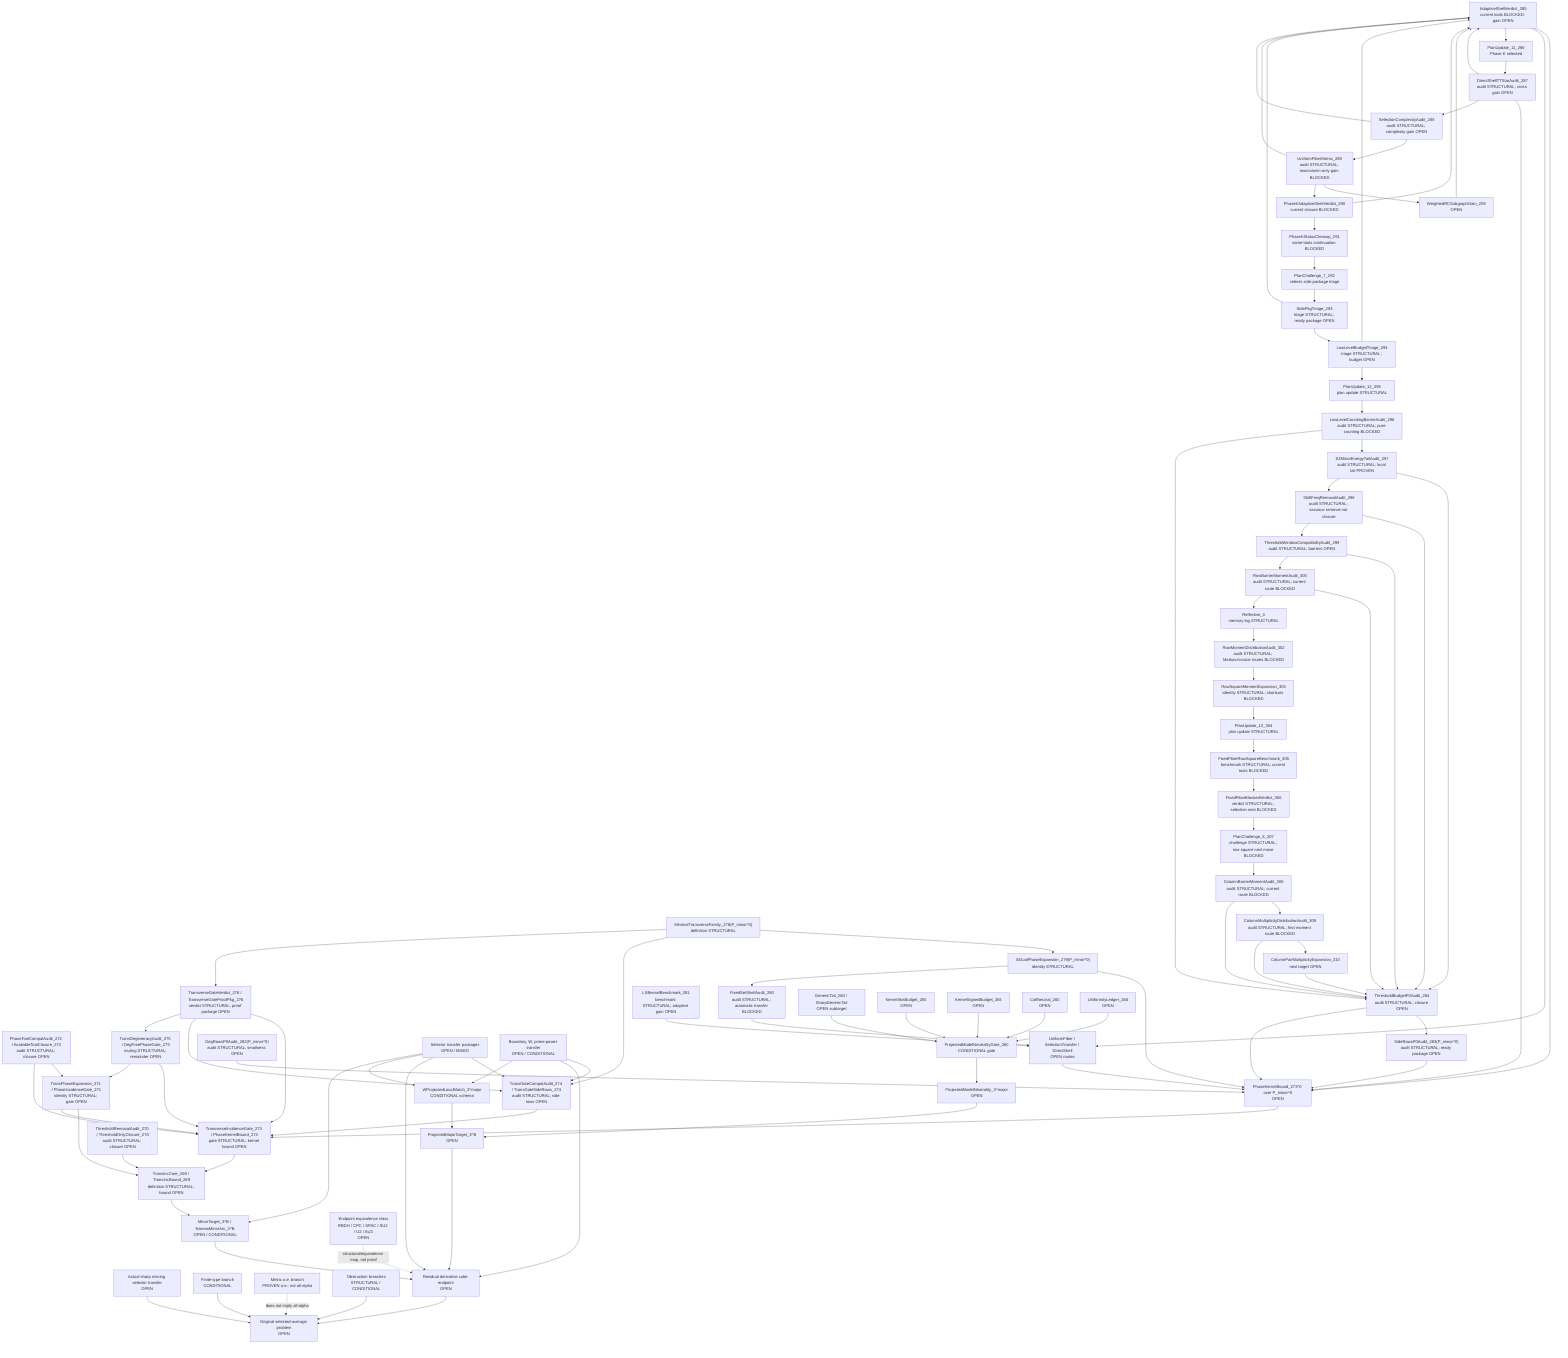
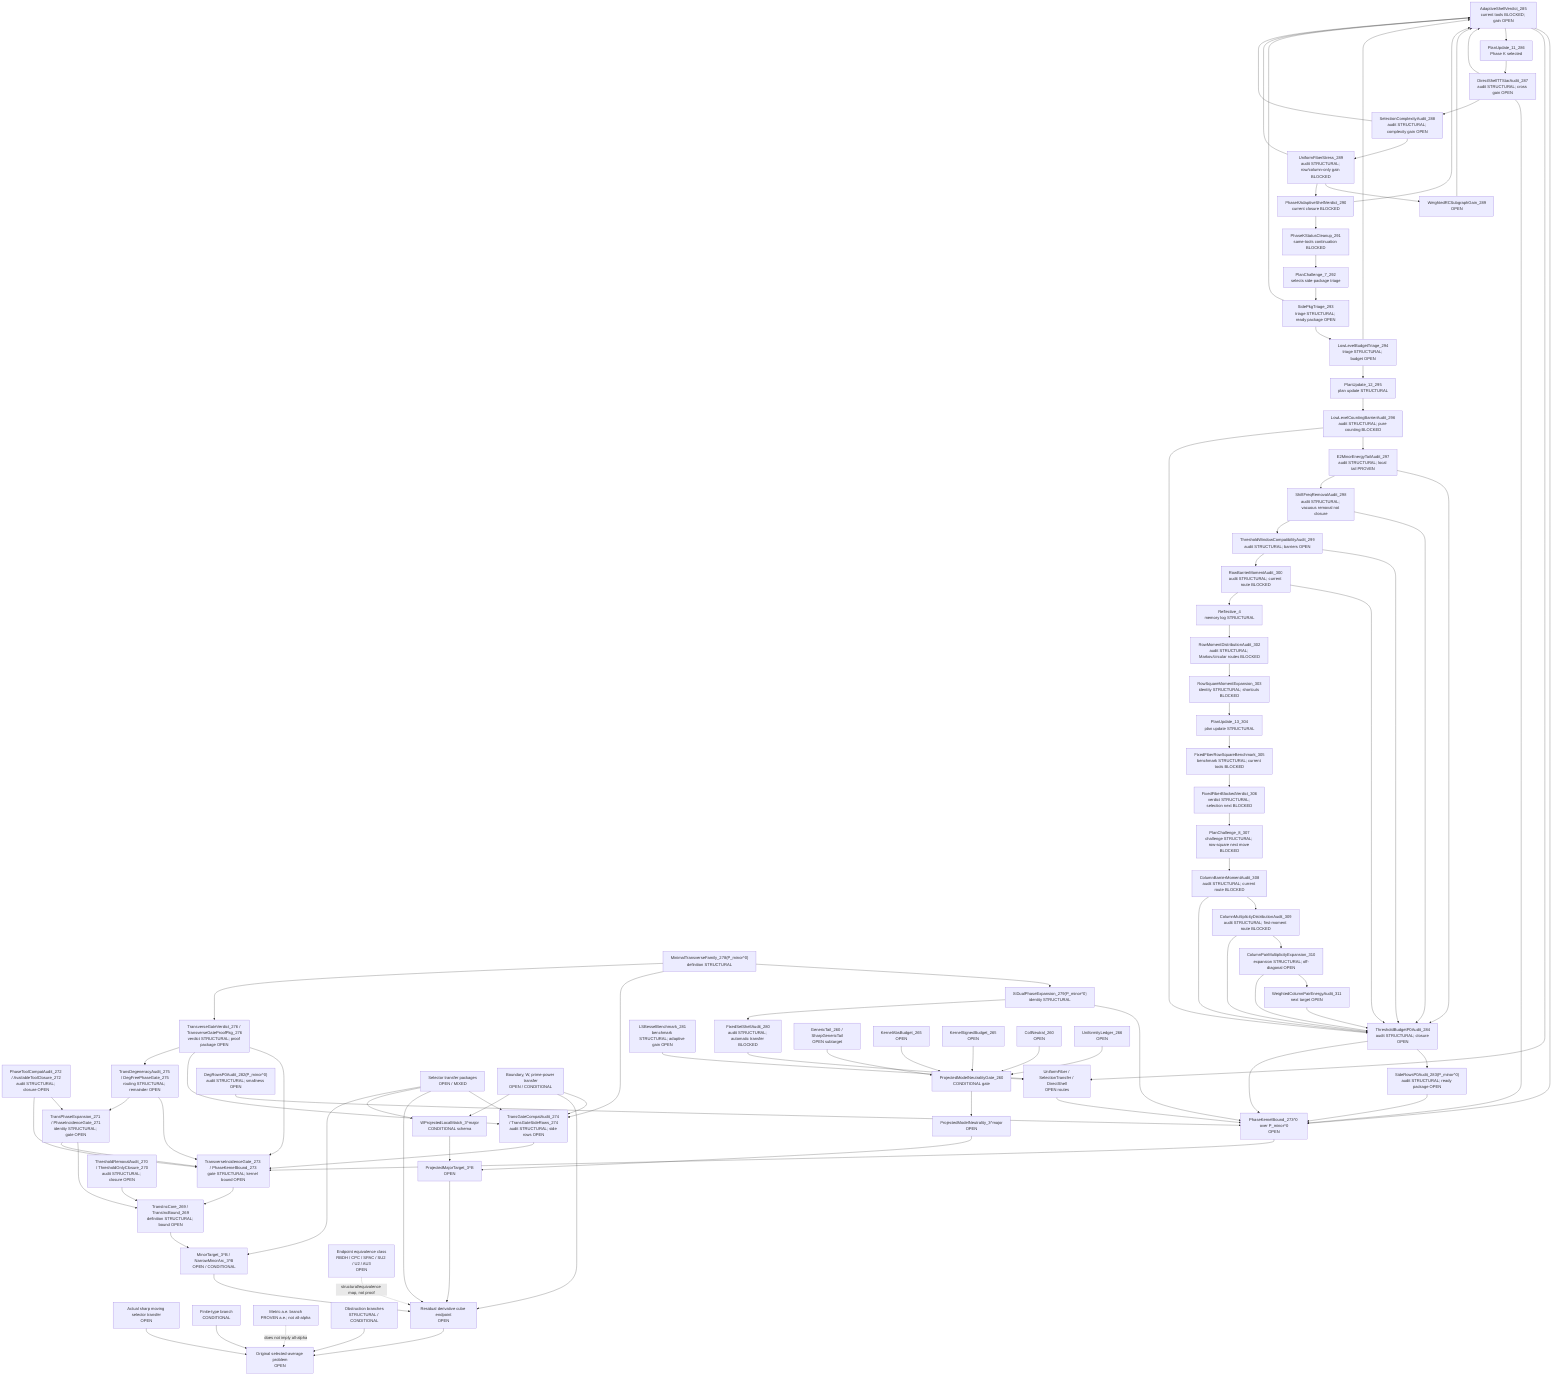
flowchart TD
  Original["Original selected-average problem<br/>OPEN"]
  SharpSel["Actual sharp moving selector transfer<br/>OPEN"]
  FiniteType["Finite-type branch<br/>CONDITIONAL"]
  Metric["Metric a.e. branch<br/>PROVEN a.e.; not all-alpha"]
  Obstruction["Obstruction branches<br/>STRUCTURAL / CONDITIONAL"]

  ResCube["Residual derivative cube endpoint<br/>OPEN"]
  MajorTarget["ProjectedMajorTarget_3^B<br/>OPEN"]
  MinorTarget["MinorTarget_3^B / NarrowMinorArc_3^B<br/>OPEN / CONDITIONAL"]
  TransInc["TransIncCore_269 / TransIncBound_269<br/>definition STRUCTURAL; bound OPEN"]
  ThresholdAudit["ThresholdRemovalAudit_270 / ThresholdOnlyClosure_270<br/>audit STRUCTURAL; closure OPEN"]
  PhaseExpansion["TransPhaseExpansion_271 / PhaseIncidenceGate_271<br/>identity STRUCTURAL; gate OPEN"]
  ToolCompat["PhaseToolCompatAudit_272 / AvailableToolClosure_272<br/>audit STRUCTURAL; closure OPEN"]
  TransGate["TransverseIncidenceGate_273 / PhaseKernelBound_273<br/>gate STRUCTURAL; kernel bound OPEN"]
  TransGateCompat["TransGateCompatAudit_274 / TransGateSideRows_274<br/>audit STRUCTURAL; side rows OPEN"]
  DegAudit["TransDegeneracyAudit_275 / DegFreePhaseGate_275<br/>routing STRUCTURAL; remainder OPEN"]
  TransVerdict["TransverseGateVerdict_276 / TransverseGateProofPkg_276<br/>verdict STRUCTURAL; proof package OPEN"]
  MinTransFamily["MinimalTransverseFamily_278(P_minor^0)<br/>definition STRUCTURAL"]
  XiExpansion["XiDualPhaseExpansion_279(P_minor^0)<br/>identity STRUCTURAL"]
  FixedShellAudit["FixedSetShellAudit_280<br/>audit STRUCTURAL; automatic transfer BLOCKED"]
  FixedShellTransfer["UniformFiber / SelectionTransfer / DirectShell<br/>OPEN routes"]
  LSBesselBench["LSBesselBenchmark_281<br/>benchmark STRUCTURAL; adaptive gain OPEN"]
  DegRowsP0["DegRowsP0Audit_282(P_minor^0)<br/>audit STRUCTURAL; smallness OPEN"]
  SideRowsP0["SideRowsP0Audit_283(P_minor^0)<br/>audit STRUCTURAL; ready package OPEN"]
  ThresholdP0["ThresholdBudgetP0Audit_284<br/>audit STRUCTURAL; closure OPEN"]
  AdaptiveShellP0["AdaptiveShellVerdict_285<br/>current tools BLOCKED; gain OPEN"]
  PlanUpdate11["PlanUpdate_11_286<br/>Phase K selected"]
  DirectTTStar["DirectShellTTStarAudit_287<br/>audit STRUCTURAL; cross gain OPEN"]
  SelectionComplexity["SelectionComplexityAudit_288<br/>audit STRUCTURAL; complexity gain OPEN"]
  UniformFiberStress["UniformFiberStress_289<br/>audit STRUCTURAL; row/column-only gain BLOCKED"]
  WeightedRCSubgraph["WeightedRCSubgraphGain_289<br/>OPEN"]
  AdaptiveVerdict290["PhaseKAdaptiveShellVerdict_290<br/>current closure BLOCKED"]
  PhaseKCleanup291["PhaseKStatusCleanup_291<br/>same-tools continuation BLOCKED"]
  PlanChallenge7["PlanChallenge_7_292<br/>selects side-package triage"]
  SidePkgTriage293["SidePkgTriage_293<br/>triage STRUCTURAL; ready package OPEN"]
  LowLevelTriage294["LowLevelBudgetTriage_294<br/>triage STRUCTURAL; budget OPEN"]
  PlanUpdate12["PlanUpdate_12_295<br/>plan update STRUCTURAL"]
  LowLevelBarrier296["LowLevelCountingBarrierAudit_296<br/>audit STRUCTURAL; pure counting BLOCKED"]
  E2Tail297["E2MinorEnergyTailAudit_297<br/>audit STRUCTURAL; local tail PROVEN"]
  ShiftFreq298["ShiftFreqRemovalAudit_298<br/>audit STRUCTURAL; vacuous removal not closure"]
  ThresholdWindow299["ThresholdWindowCompatibilityAudit_299<br/>audit STRUCTURAL; barriers OPEN"]
  RowBarrier300["RowBarrierMomentAudit_300<br/>audit STRUCTURAL; current route BLOCKED"]
  Reflective4["Reflective_4<br/>memory log STRUCTURAL"]
  RowMoment302["RowMomentDistributionAudit_302<br/>audit STRUCTURAL; Markov/circular routes BLOCKED"]
  RowSquare303["RowSquareMomentExpansion_303<br/>identity STRUCTURAL; shortcuts BLOCKED"]
  PlanUpdate13["PlanUpdate_13_304<br/>plan update STRUCTURAL"]
  FixedFiber305["FixedFiberRowSquareBenchmark_305<br/>benchmark STRUCTURAL; current tools BLOCKED"]
  FixedFiber306["FixedFiberBlockedVerdict_306<br/>verdict STRUCTURAL; selection next BLOCKED"]
  PlanChallenge8["PlanChallenge_8_307<br/>challenge STRUCTURAL; row-square next move BLOCKED"]
  ColumnBarrier308["ColumnBarrierMomentAudit_308<br/>audit STRUCTURAL; current route BLOCKED"]
  ColumnDist309["ColumnMultiplicityDistributionAudit_309<br/>audit STRUCTURAL; first-moment route BLOCKED"]
-   ColumnPair310["ColumnPairMultiplicityExpansion_310<br/>next target OPEN"]
+   ColumnPair310["ColumnPairMultiplicityExpansion_310<br/>expansion STRUCTURAL; off-diagonal OPEN"]
+   WPair311["WeightedColumnPairEnergyAudit_311<br/>next target OPEN"]
  PhaseKernel0["PhaseKernelBound_273^0 over P_minor^0<br/>OPEN"]
  SelectorTransfer["Selector transfer packages<br/>OPEN / MIXED"]
  BoundaryTransfer["Boundary, W, prime-power transfer<br/>OPEN / CONDITIONAL"]

  WLocal["WProjectedLocalMatch_3^major<br/>CONDITIONAL schema"]
  ModelNeutral["ProjectedModelNeutrality_3^major<br/>OPEN"]
  PMNGate["ProjectedModelNeutralityGate_260<br/>CONDITIONAL gate"]
  GenericTail["GenericTail_260 / SharpGenericTail<br/>OPEN subtarget"]
  KernelAbs["KernelAbsBudget_265<br/>OPEN"]
  KernelSigned["KernelSignedBudget_265<br/>OPEN"]
  CollNeutral["CollNeutral_260<br/>OPEN"]
  Uniformity["UniformityLedger_266<br/>OPEN"]

  EndpointClass["Endpoint equivalence class<br/>RBDH / CPC / SPAC / SU2 / U2 / AU3<br/>OPEN"]

  SharpSel --> Original
  FiniteType --> Original
  Obstruction --> Original
  ResCube --> Original
  Metric -. "does not imply all-alpha" .-> Original

  MajorTarget --> ResCube
  MinorTarget --> ResCube
  TransInc --> MinorTarget
  ThresholdAudit --> TransInc
  PhaseExpansion --> TransInc
  ToolCompat --> PhaseExpansion
  TransGate --> TransInc
  PhaseExpansion --> TransGate
  ToolCompat --> TransGate
  TransGateCompat --> TransGate
  SelectorTransfer --> TransGateCompat
  BoundaryTransfer --> TransGateCompat
  DegAudit --> TransGate
  DegAudit --> PhaseExpansion
  TransVerdict --> TransGate
  TransVerdict --> TransGateCompat
  TransVerdict --> DegAudit
  PhaseKernel0 --> TransGate
  MinTransFamily --> XiExpansion
  XiExpansion --> PhaseKernel0
  XiExpansion --> FixedShellAudit
  FixedShellAudit --> FixedShellTransfer
  FixedShellTransfer --> PhaseKernel0
  LSBesselBench --> FixedShellTransfer
  DegRowsP0 --> PhaseKernel0
  SideRowsP0 --> PhaseKernel0
  ThresholdP0 --> SideRowsP0
  ThresholdP0 --> PhaseKernel0
  AdaptiveShellP0 --> PhaseKernel0
  AdaptiveShellP0 --> FixedShellTransfer
  AdaptiveShellP0 --> PlanUpdate11
  PlanUpdate11 --> DirectTTStar
  DirectTTStar --> AdaptiveShellP0
  DirectTTStar --> PhaseKernel0
  DirectTTStar --> SelectionComplexity
  SelectionComplexity --> UniformFiberStress
  SelectionComplexity --> AdaptiveShellP0
  UniformFiberStress --> WeightedRCSubgraph
  WeightedRCSubgraph --> AdaptiveShellP0
  UniformFiberStress --> AdaptiveVerdict290
  UniformFiberStress --> AdaptiveShellP0
  AdaptiveVerdict290 --> AdaptiveShellP0
  AdaptiveVerdict290 --> PhaseKCleanup291
  PhaseKCleanup291 --> PlanChallenge7
  PlanChallenge7 --> SidePkgTriage293
  SidePkgTriage293 --> LowLevelTriage294
  SidePkgTriage293 --> AdaptiveShellP0
  LowLevelTriage294 --> AdaptiveShellP0
  LowLevelTriage294 --> PlanUpdate12
  PlanUpdate12 --> LowLevelBarrier296
  LowLevelBarrier296 --> E2Tail297
  LowLevelBarrier296 --> ThresholdP0
  E2Tail297 --> ThresholdP0
  E2Tail297 --> ShiftFreq298
  ShiftFreq298 --> ThresholdP0
  ShiftFreq298 --> ThresholdWindow299
  ThresholdWindow299 --> ThresholdP0
  ThresholdWindow299 --> RowBarrier300
  RowBarrier300 --> ThresholdP0
  RowBarrier300 --> Reflective4
  Reflective4 --> RowMoment302
  RowMoment302 --> RowSquare303
  RowSquare303 --> PlanUpdate13
  PlanUpdate13 --> FixedFiber305
  FixedFiber305 --> FixedFiber306
  FixedFiber306 --> PlanChallenge8
  PlanChallenge8 --> ColumnBarrier308
  ColumnBarrier308 --> ColumnDist309
  ColumnDist309 --> ColumnPair310
+   ColumnPair310 --> WPair311
+   WPair311 --> ThresholdP0
  ColumnPair310 --> ThresholdP0
  ColumnDist309 --> ThresholdP0
  ColumnBarrier308 --> ThresholdP0
  MinTransFamily --> TransGateCompat
  MinTransFamily --> TransVerdict
  SelectorTransfer --> ResCube
  BoundaryTransfer --> ResCube
  EndpointClass -. "structural/equivalence map, not proof" .-> ResCube

  WLocal --> MajorTarget
  ModelNeutral --> MajorTarget

  PMNGate --> ModelNeutral
  GenericTail --> PMNGate
  KernelAbs --> PMNGate
  KernelSigned --> PMNGate
  CollNeutral --> PMNGate
  Uniformity --> PMNGate

  BoundaryTransfer --> WLocal
  SelectorTransfer --> WLocal
  SelectorTransfer --> MinorTarget
